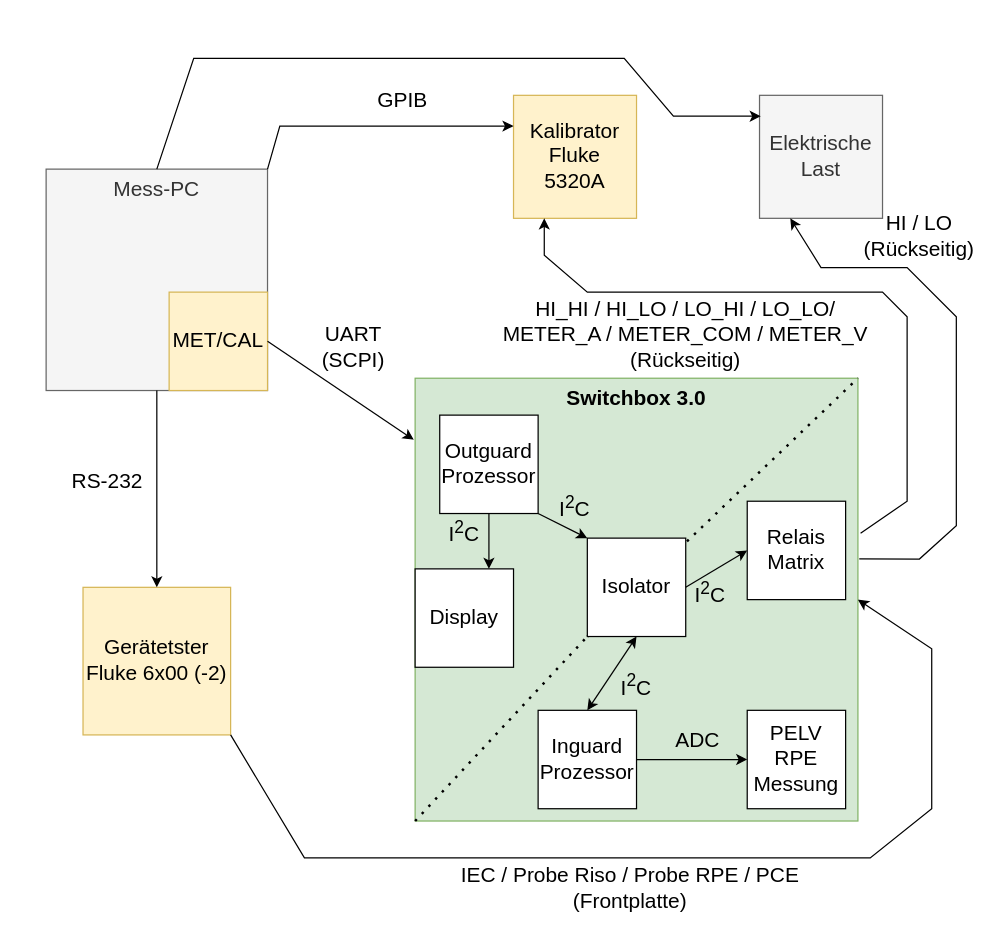
This is Switchbox-Projektübersicht.drawio from Lostqw1/Funfun, a draw.io file, before an edit. Source tidied: cells renumbered, new cells numbered last; positions are measured from the earlier drawing's top-left corner, leaving out a move shared by most shapes. Both pictures are drawn from the tidied source at 123%, with x=0, y=0 at pixel (21, 58).
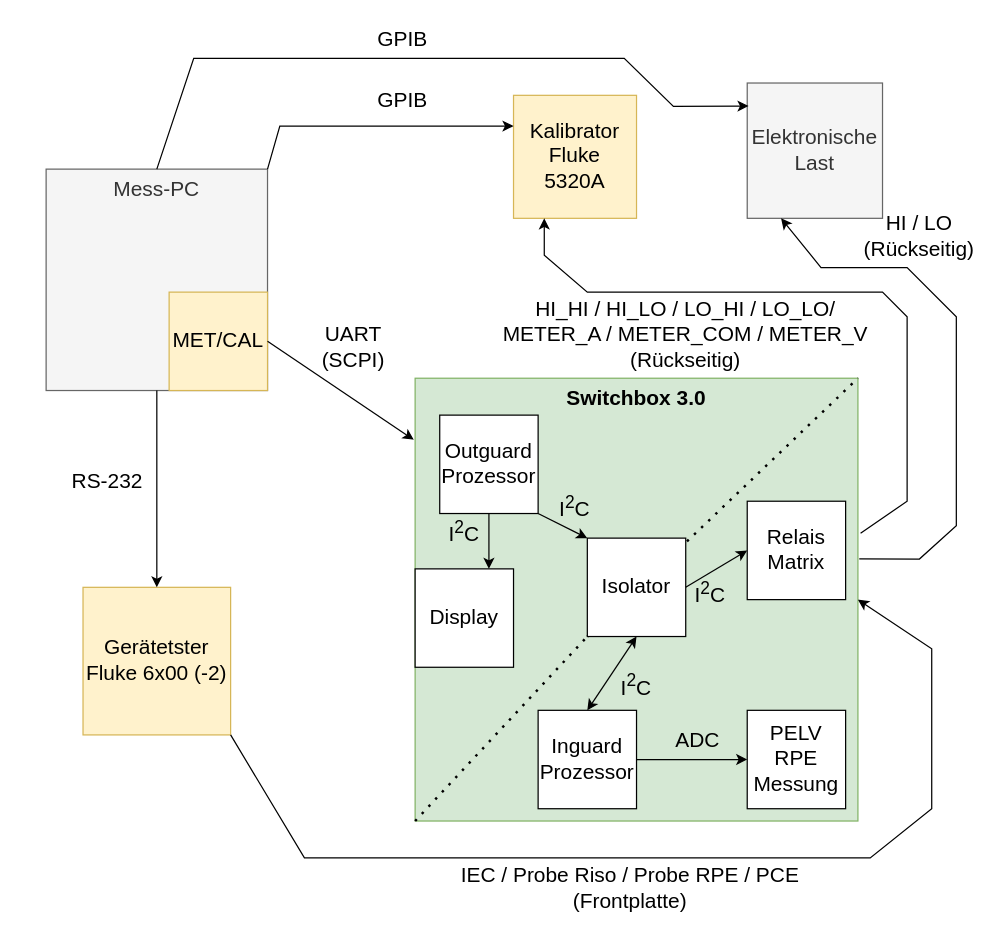
Above is the later version.

The change refers to these unchanged cells:
```xml
<mxCell id="3" value="Mess-PC" style="whiteSpace=wrap;html=1;fontSize=17;verticalAlign=top;fillColor=#f5f5f5;fontColor=#333333;strokeColor=#666666;" parent="1" vertex="1">
  <mxGeometry x="20" y="90" width="180" height="180" as="geometry" />
</mxCell>
```

The edit, as a diff of the source:
```diff
@@
-    <mxCell id="32" value="Elektrische&lt;br&gt;Last" style="whiteSpace=wrap;html=1;fontSize=17;fillColor=#f5f5f5;fontColor=#333333;strokeColor=#666666;" parent="1" vertex="1">
-      <mxGeometry x="600" y="30" width="100" height="100" as="geometry" />
+    <mxCell id="32" value="Elektronische&lt;br&gt;Last" style="whiteSpace=wrap;html=1;fontSize=17;fillColor=#f5f5f5;fontColor=#333333;strokeColor=#666666;" parent="1" vertex="1">
+      <mxGeometry x="590" y="20" width="110" height="110" as="geometry" />
     </mxCell>
@@
     <mxCell id="35" style="endArrow=classic;html=1;rounded=0;fontSize=17;entryX=0.01;entryY=0.17;entryDx=0;entryDy=0;entryPerimeter=0;exitX=0.5;exitY=0;exitDx=0;exitDy=0;" parent="1" edge="1" source="3" target="32">
       <mxGeometry relative="1" as="geometry">
         <Array as="points">
           <mxPoint x="140" />
           <mxPoint x="490" />
-          <mxPoint x="530" y="47" />
+          <mxPoint x="530" y="39" />
         </Array>
       </mxGeometry>
     </mxCell>
@@
+    <mxCell id="39" value="GPIB" style="text;html=1;strokeColor=none;fillColor=none;align=center;verticalAlign=middle;whiteSpace=wrap;rounded=0;fontSize=17;" parent="1" vertex="1">
+      <mxGeometry x="280" y="-30" width="60" height="30" as="geometry" />
+    </mxCell>
```
